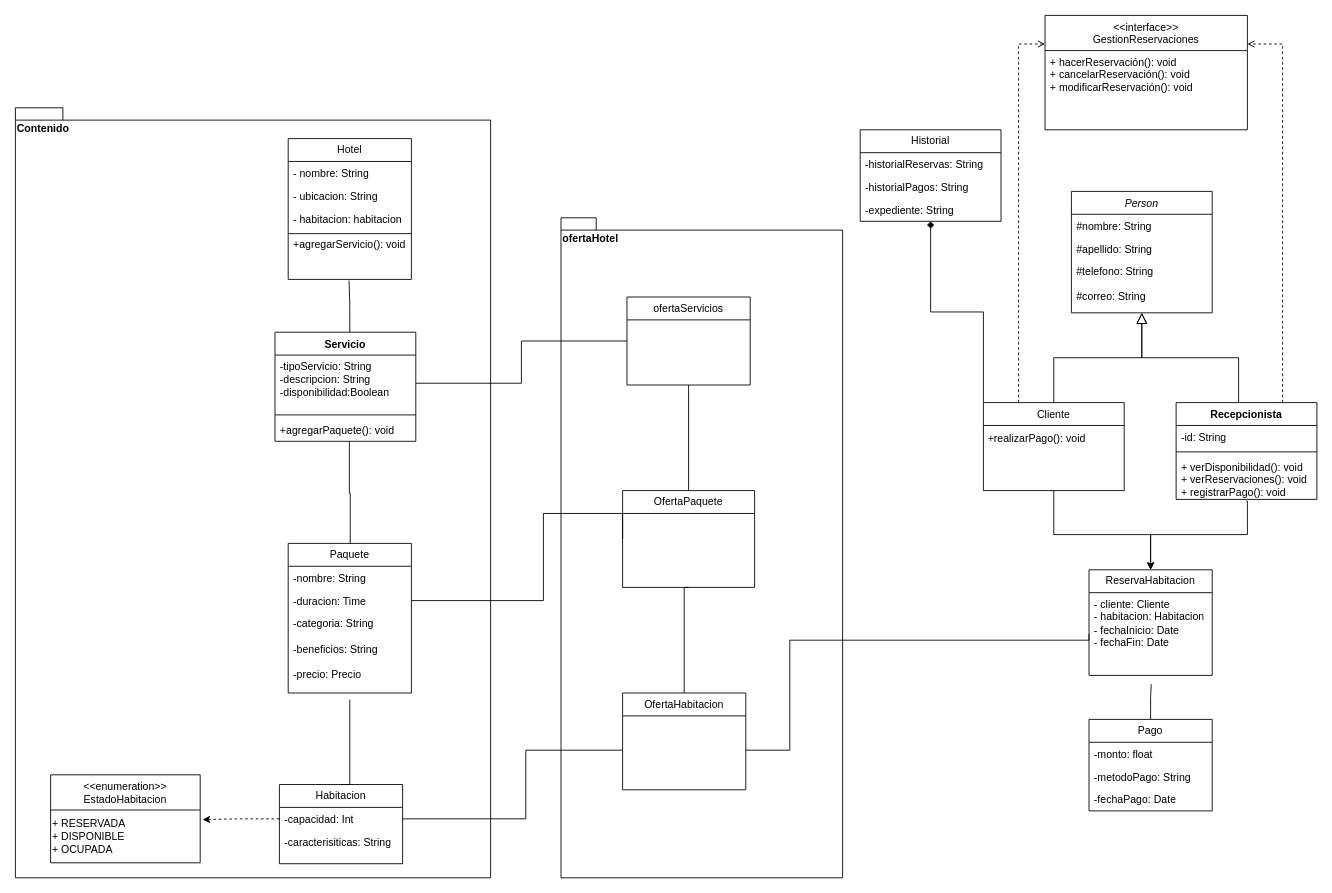
This is SistemaReservacionesHotel.drawio from GabrielCevallos/SistemaReservacionesHotel, a draw.io file, before an edit. Source tidied: cells renumbered, new cells numbered last; positions are measured from the earlier drawing's top-left corner, leaving out a move shared by most shapes. Both pictures are drawn from the tidied source at 88%, with x=0, y=0 at pixel (15, 15).
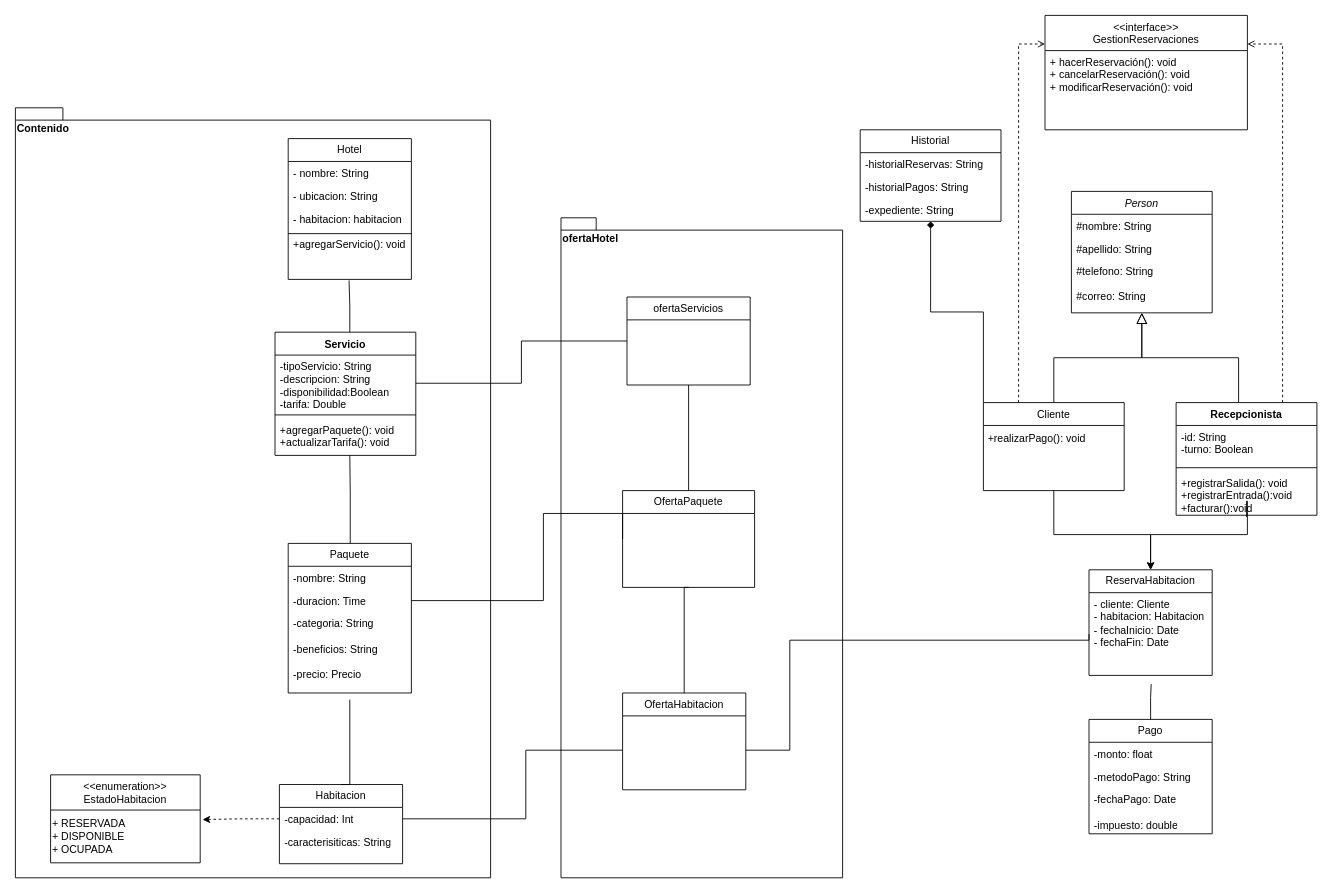
The same page after the edit.

What changed in the source:
```diff
@@
     <mxCell id="25" value="Pago" style="swimlane;fontStyle=0;horizontal=1;startSize=26;fillColor=none;whiteSpace=wrap;html=1;" parent="1" vertex="1">
-      <mxGeometry x="1220" y="800" width="140" height="104" as="geometry" />
+      <mxGeometry x="1220" y="800" width="140" height="130" as="geometry" />
     </mxCell>
@@
-    <mxCell id="28" value="-fechaPago: Date" style="text;strokeColor=none;fillColor=none;align=left;verticalAlign=top;spacingLeft=4;spacingRight=4;overflow=hidden;whiteSpace=wrap;html=1;" parent="25" vertex="1">
-      <mxGeometry y="78" width="140" height="26" as="geometry" />
+    <mxCell id="28" value="-fechaPago: Date&lt;div&gt;&lt;br&gt;&lt;/div&gt;&lt;div&gt;-impuesto: double&lt;/div&gt;" style="text;strokeColor=none;fillColor=none;align=left;verticalAlign=top;spacingLeft=4;spacingRight=4;overflow=hidden;whiteSpace=wrap;html=1;" parent="25" vertex="1">
+      <mxGeometry y="78" width="140" height="52" as="geometry" />
     </mxCell>
@@
     <mxCell id="52" value="Recepcionista" style="swimlane;fontStyle=1;align=center;verticalAlign=top;horizontal=1;startSize=26;whiteSpace=wrap;html=1;" parent="1" vertex="1">
-      <mxGeometry x="1319" y="440" width="160" height="110" as="geometry" />
+      <mxGeometry x="1319" y="440" width="160" height="128" as="geometry" />
     </mxCell>
-    <mxCell id="53" value="-id: String" style="text;strokeColor=none;fillColor=none;align=left;verticalAlign=top;spacingLeft=4;spacingRight=4;overflow=hidden;whiteSpace=wrap;html=1;" parent="52" vertex="1">
-      <mxGeometry y="26" width="160" height="26" as="geometry" />
+    <mxCell id="53" value="-id: String&lt;div&gt;-turno: Boolean&lt;/div&gt;" style="text;strokeColor=none;fillColor=none;align=left;verticalAlign=top;spacingLeft=4;spacingRight=4;overflow=hidden;whiteSpace=wrap;html=1;" parent="52" vertex="1">
+      <mxGeometry y="26" width="160" height="44" as="geometry" />
     </mxCell>
     <mxCell id="54" style="line;strokeWidth=1;fillColor=none;align=left;verticalAlign=middle;spacingTop=-1;spacingLeft=3;spacingRight=3;labelPosition=right;strokeColor=inherit;" parent="52" vertex="1">
-      <mxGeometry y="52" width="160" height="8" as="geometry" />
+      <mxGeometry y="70" width="160" height="8" as="geometry" />
     </mxCell>
-    <mxCell id="55" value="+ verDisponibilidad(): void&lt;div&gt;+ verReservaciones(): void&lt;/div&gt;&lt;div&gt;+ registrarPago(): void&lt;/div&gt;" style="text;strokeColor=none;fillColor=none;align=left;verticalAlign=top;spacingLeft=4;spacingRight=4;overflow=hidden;points=[[0,0.5],[1,0.5]];portConstraint=eastwest;whiteSpace=wrap;html=1;" parent="52" vertex="1">
-      <mxGeometry y="60" width="160" height="50" as="geometry" />
+    <mxCell id="55" value="+registrarSalida(): void&lt;div&gt;+registrarEntrada():void&lt;/div&gt;&lt;div&gt;+facturar():void&lt;/div&gt;" style="text;strokeColor=none;fillColor=none;align=left;verticalAlign=top;spacingLeft=4;spacingRight=4;overflow=hidden;points=[[0,0.5],[1,0.5]];portConstraint=eastwest;whiteSpace=wrap;html=1;" parent="52" vertex="1">
+      <mxGeometry y="78" width="160" height="50" as="geometry" />
     </mxCell>
@@
     <mxCell id="58" value="Servicio" style="swimlane;fontStyle=1;align=center;verticalAlign=top;horizontal=1;startSize=26;whiteSpace=wrap;html=1;" parent="1" vertex="1">
-      <mxGeometry x="295" y="360" width="160" height="124" as="geometry" />
+      <mxGeometry x="295" y="360" width="160" height="140" as="geometry" />
     </mxCell>
-    <mxCell id="59" value="-tipoServicio: String&lt;div&gt;-descripcion: String&lt;/div&gt;&lt;div&gt;-disponibilidad:Boolean&lt;/div&gt;" style="text;strokeColor=none;fillColor=none;align=left;verticalAlign=top;spacingLeft=4;spacingRight=4;overflow=hidden;points=[[0,0.5],[1,0.5]];portConstraint=eastwest;whiteSpace=wrap;html=1;" parent="58" vertex="1">
+    <mxCell id="59" value="-tipoServicio: String&lt;div&gt;-descripcion: String&lt;/div&gt;&lt;div&gt;-disponibilidad:Boolean&lt;/div&gt;&lt;div&gt;-tarifa: Double&lt;/div&gt;" style="text;strokeColor=none;fillColor=none;align=left;verticalAlign=top;spacingLeft=4;spacingRight=4;overflow=hidden;points=[[0,0.5],[1,0.5]];portConstraint=eastwest;whiteSpace=wrap;html=1;" parent="58" vertex="1">
       <mxGeometry y="26" width="160" height="64" as="geometry" />
     </mxCell>
@@
-    <mxCell id="61" value="+agregarPaquete(): void" style="text;strokeColor=none;fillColor=none;align=left;verticalAlign=top;spacingLeft=4;spacingRight=4;overflow=hidden;whiteSpace=wrap;html=1;" parent="58" vertex="1">
-      <mxGeometry y="98" width="160" height="26" as="geometry" />
+    <mxCell id="61" value="+agregarPaquete(): void&lt;div&gt;+actualizarTarifa(): void&lt;/div&gt;" style="text;strokeColor=none;fillColor=none;align=left;verticalAlign=top;spacingLeft=4;spacingRight=4;overflow=hidden;whiteSpace=wrap;html=1;" parent="58" vertex="1">
+      <mxGeometry y="98" width="160" height="42" as="geometry" />
     </mxCell>
-    <mxCell id="62" style="edgeStyle=orthogonalEdgeStyle;rounded=0;orthogonalLoop=1;jettySize=auto;html=1;exitX=0.5;exitY=0;exitDx=0;exitDy=0;entryX=0.525;entryY=1.008;entryDx=0;entryDy=0;entryPerimeter=0;endArrow=none;endFill=0;" parent="1" edge="1">
+    <mxCell id="62" style="edgeStyle=orthogonalEdgeStyle;rounded=0;orthogonalLoop=1;jettySize=auto;html=1;exitX=0.5;exitY=0;exitDx=0;exitDy=0;endArrow=none;endFill=0;" parent="1" edge="1">
       <mxGeometry relative="1" as="geometry">
         <mxPoint x="380.5" y="600" as="sourcePoint" />
-        <mxPoint x="379.5" y="484.2" as="targetPoint" />
+        <mxPoint x="380" y="500" as="targetPoint" />
         <Array as="points">
           <mxPoint x="381" y="543" />
           <mxPoint x="380" y="543" />
         </Array>
       </mxGeometry>
     </mxCell>
```
